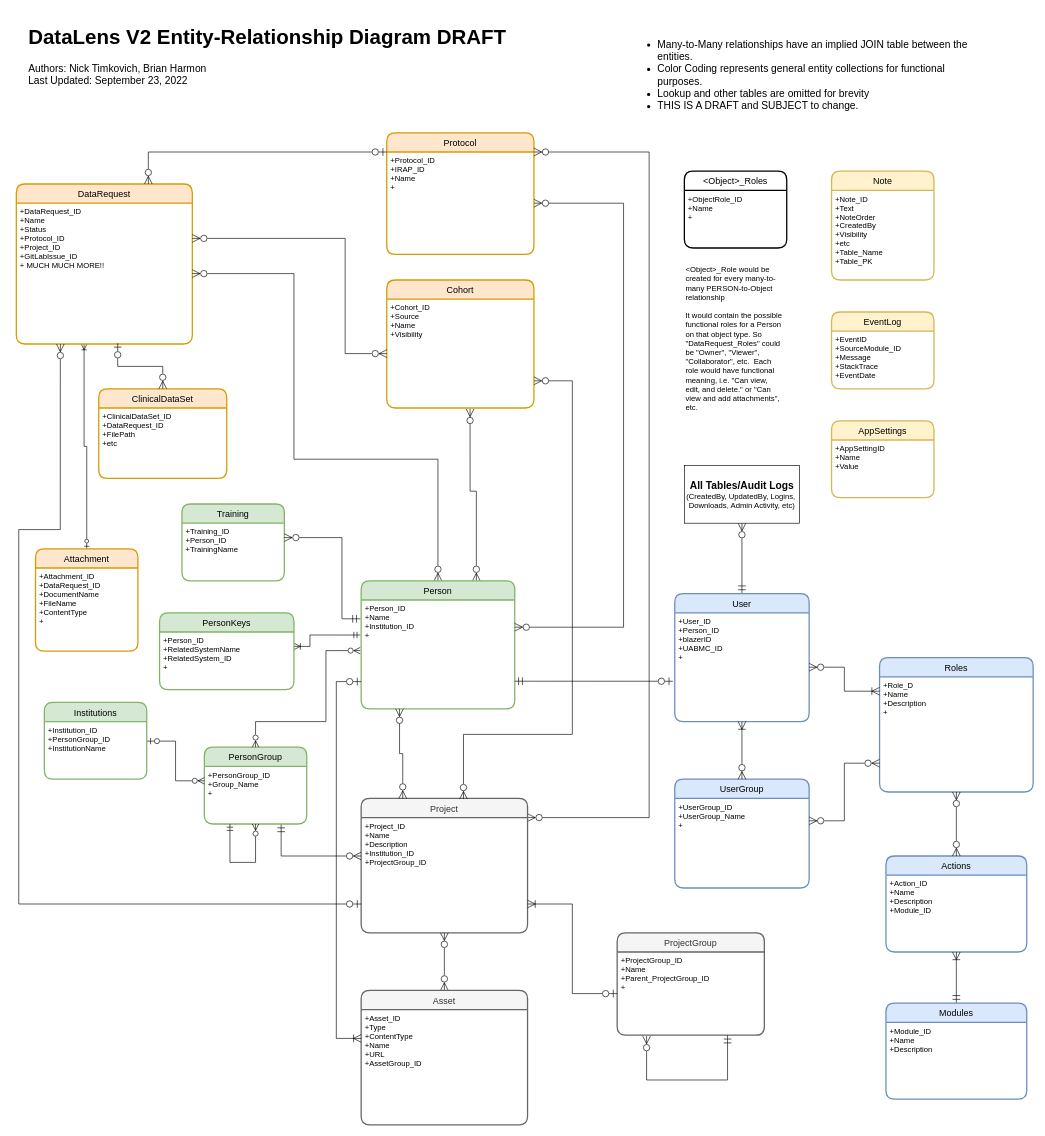
Earlier version of the draw.io diagram page "Copy of Expanded with no Junction Tables" (4 of 4) of DataLens V2 ERD.drawio (ntimkovich/UAB-II-Diagrams). Source tidied: cells renumbered, new cells numbered last; positions are measured from the earlier drawing's top-left corner, leaving out a move shared by most shapes. Both pictures are drawn from the tidied source at 64%, with x=0, y=0 at pixel (16, 17).
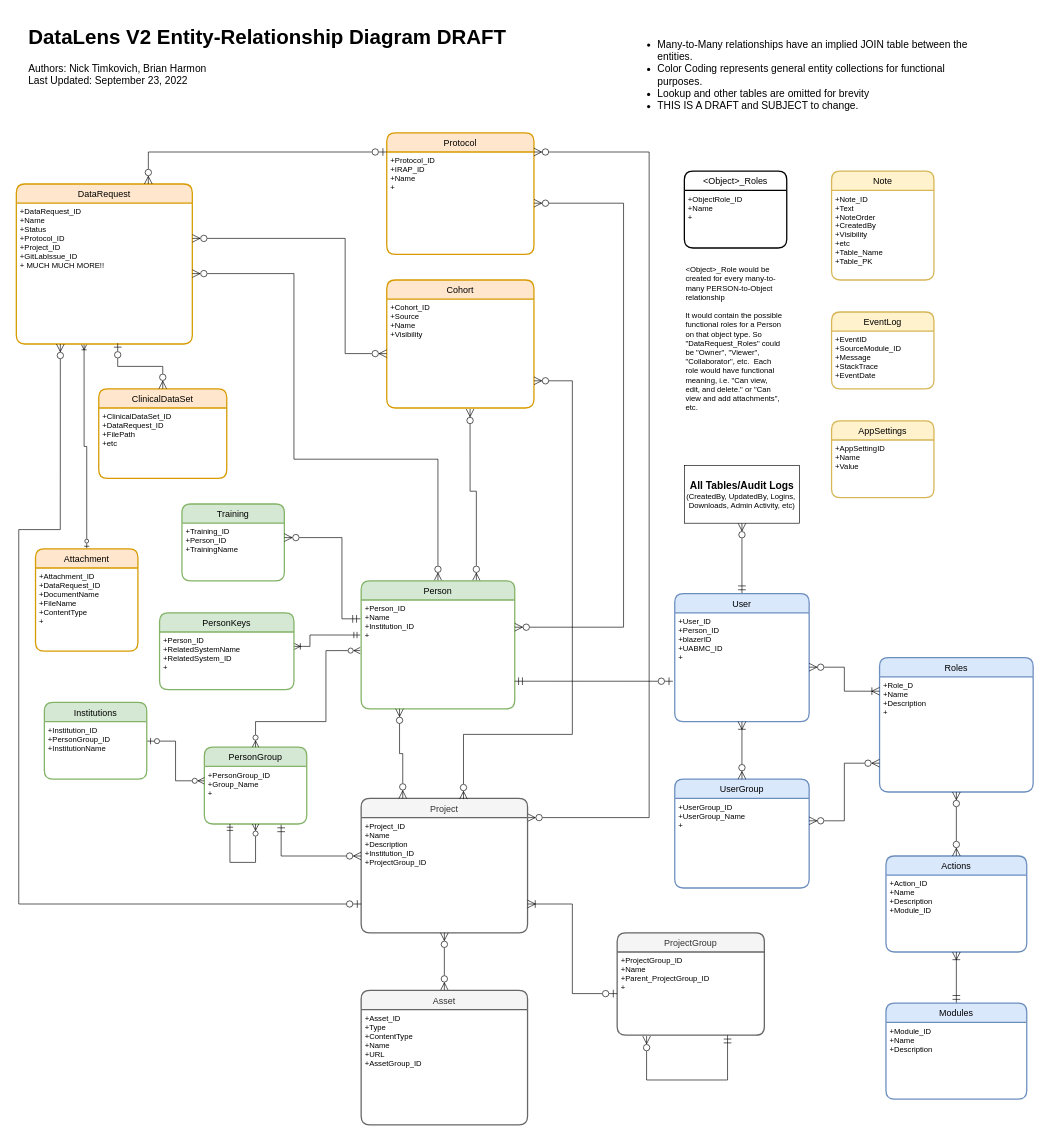
After the change.

Commit message:
Some changes from Team ERD Meeting, WIP

Unchanged cells that the change refers to:
```xml
<mxCell id="11" value="+Person_ID&#10;+Name&#10;+Institution_ID&#10;+" style="align=left;strokeColor=none;fillColor=none;spacingLeft=4;fontSize=12;verticalAlign=top;" parent="10" vertex="1">
  <mxGeometry y="30" width="240" height="170" as="geometry" />
</mxCell>
<mxCell id="23" value="+Asset_ID&#10;+Type&#10;+ContentType&#10;+Name&#10;+URL&#10;+AssetGroup_ID" style="align=left;strokeColor=none;fillColor=none;spacingLeft=4;fontSize=12;verticalAlign=top;" parent="22" vertex="1">
  <mxGeometry y="30" width="260" height="180" as="geometry" />
</mxCell>
```

The edit, as a diff of the source:
```diff
@@
-    <mxCell id="74" style="edgeStyle=orthogonalEdgeStyle;rounded=0;jettySize=auto;html=1;exitX=0;exitY=0.75;exitDx=0;exitDy=0;entryX=0;entryY=0.25;entryDx=0;entryDy=0;startArrow=ERzeroToOne;startFill=0;endArrow=ERoneToMany;endFill=0;endSize=10;startSize=10;" parent="1" edge="1" source="11" target="23">
-      <mxGeometry relative="1" as="geometry">
-        <Array as="points">
-          <mxPoint x="500" y="1038" />
-          <mxPoint x="500" y="1595" />
-        </Array>
-      </mxGeometry>
-    </mxCell>
```
